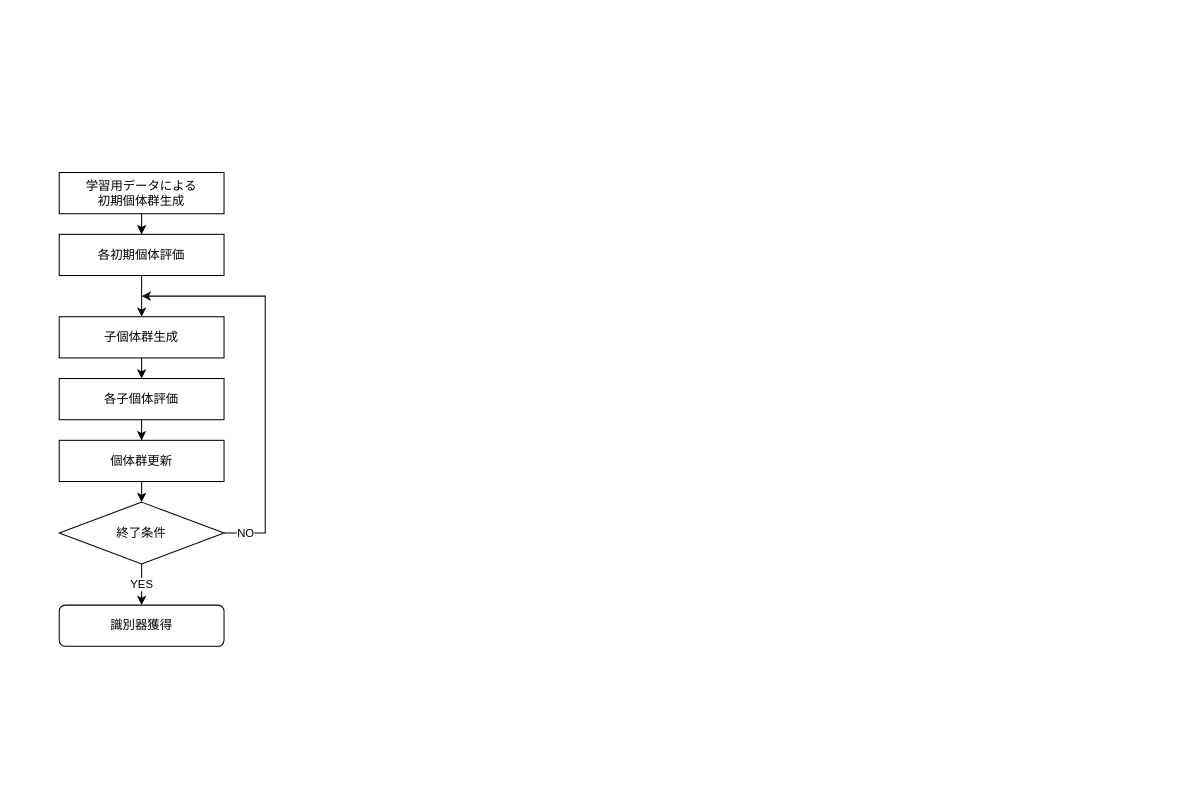
This is MoFGBML_フローチャート.drawio from hiro-tacky/MoFGBML_4th, a draw.io file, before an edit. Source tidied: cells renumbered, new cells numbered last; positions are measured from the earlier drawing's top-left corner, leaving out a move shared by most shapes. Both pictures are drawn from the tidied source at 103%, with x=0, y=0 at pixel (59, 172).
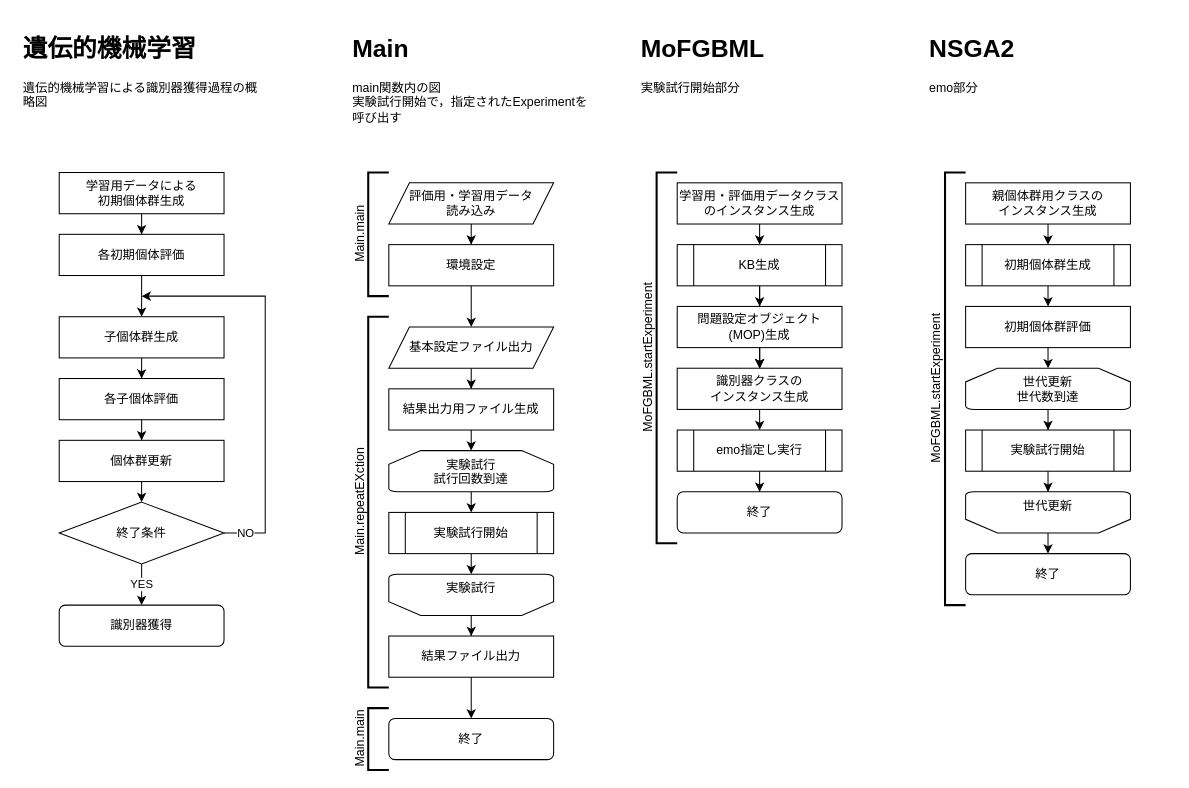
Above is the later version.

Commit message:
MoFGBML_フローチャート.drawio を更新します

The edit, as a diff of the source:
```diff
@@
+    <mxCell id="17" style="edgeStyle=orthogonalEdgeStyle;rounded=0;jettySize=auto;html=1;" parent="1" edge="1" source="18" target="20">
+      <mxGeometry relative="1" as="geometry" />
+    </mxCell>
+    <mxCell id="18" value="評価用・学習用データ&lt;br&gt;読み込み" style="shape=parallelogram;perimeter=parallelogramPerimeter;whiteSpace=wrap;html=1;fixedSize=1;fontFamily=Helvetica;fontSize=12;fontColor=#000000;align=center;strokeColor=#000000;fillColor=#ffffff;" parent="1" vertex="1">
+      <mxGeometry x="320" y="10" width="160" height="40" as="geometry" />
+    </mxCell>
+    <mxCell id="19" style="edgeStyle=orthogonalEdgeStyle;rounded=0;jettySize=auto;html=1;fontSize=12;" parent="1" edge="1" source="20" target="23">
+      <mxGeometry relative="1" as="geometry" />
+    </mxCell>
+    <mxCell id="20" value="環境設定" style="rounded=0;whiteSpace=wrap;html=1;" parent="1" vertex="1">
+      <mxGeometry x="320" y="70" width="160" height="40" as="geometry" />
+    </mxCell>
+    <mxCell id="21" value="Main.main" style="strokeWidth=2;html=1;shape=mxgraph.flowchart.annotation_1;align=center;spacing=-20;verticalAlign=top;horizontal=0;fontSize=12;spacingTop=0;" parent="1" vertex="1">
+      <mxGeometry x="300" width="20" height="120" as="geometry" />
+    </mxCell>
+    <mxCell id="22" style="edgeStyle=orthogonalEdgeStyle;rounded=0;jettySize=auto;html=1;fontSize=12;" parent="1" edge="1" source="23" target="25">
+      <mxGeometry relative="1" as="geometry" />
+    </mxCell>
+    <mxCell id="23" value="基本設定ファイル出力" style="shape=parallelogram;perimeter=parallelogramPerimeter;whiteSpace=wrap;html=1;fixedSize=1;fontFamily=Helvetica;fontSize=12;fontColor=#000000;align=center;strokeColor=#000000;fillColor=#ffffff;" parent="1" vertex="1">
+      <mxGeometry x="320" y="150" width="160" height="40" as="geometry" />
+    </mxCell>
+    <mxCell id="24" style="edgeStyle=orthogonalEdgeStyle;rounded=0;jettySize=auto;html=1;exitX=0.5;exitY=1;exitDx=0;exitDy=0;entryX=0.5;entryY=0;entryDx=0;entryDy=0;entryPerimeter=0;fontSize=12;" parent="1" edge="1" source="25" target="30">
+      <mxGeometry relative="1" as="geometry" />
+    </mxCell>
+    <mxCell id="25" value="結果出力用ファイル生成" style="rounded=0;whiteSpace=wrap;html=1;fontFamily=Helvetica;fontSize=12;fontColor=#000000;align=center;strokeColor=#000000;fillColor=#ffffff;" parent="1" vertex="1">
+      <mxGeometry x="320" y="210" width="160" height="40" as="geometry" />
+    </mxCell>
+    <mxCell id="26" style="edgeStyle=orthogonalEdgeStyle;rounded=0;jettySize=auto;html=1;exitX=0.5;exitY=1;exitDx=0;exitDy=0;entryX=0.5;entryY=1;entryDx=0;entryDy=0;entryPerimeter=0;fontSize=12;" parent="1" edge="1" source="27" target="32">
+      <mxGeometry relative="1" as="geometry" />
+    </mxCell>
+    <mxCell id="27" value="実験試行開始" style="shape=process;whiteSpace=wrap;html=1;backgroundOutline=1;fontFamily=Helvetica;fontSize=12;fontColor=#000000;align=center;strokeColor=#000000;fillColor=#ffffff;" parent="1" vertex="1">
+      <mxGeometry x="320" y="330" width="160" height="40" as="geometry" />
+    </mxCell>
+    <mxCell id="28" value="Main.repeatEXction" style="strokeWidth=2;html=1;shape=mxgraph.flowchart.annotation_1;align=center;spacing=-20;verticalAlign=top;horizontal=0;fontSize=12;spacingTop=0;" parent="1" vertex="1">
+      <mxGeometry x="300" y="140" width="20" height="360" as="geometry" />
+    </mxCell>
+    <mxCell id="29" style="edgeStyle=orthogonalEdgeStyle;rounded=0;jettySize=auto;html=1;exitX=0.5;exitY=1;exitDx=0;exitDy=0;exitPerimeter=0;entryX=0.5;entryY=0;entryDx=0;entryDy=0;fontSize=12;" parent="1" edge="1" source="30" target="27">
+      <mxGeometry relative="1" as="geometry" />
+    </mxCell>
+    <mxCell id="30" value="実験試行&lt;br&gt;試行回数到達" style="strokeWidth=1;html=1;shape=mxgraph.flowchart.loop_limit;whiteSpace=wrap;fontSize=12;align=center;verticalAlign=top;" parent="1" vertex="1">
+      <mxGeometry x="320" y="270" width="160" height="40" as="geometry" />
+    </mxCell>
+    <mxCell id="31" style="edgeStyle=orthogonalEdgeStyle;rounded=0;jettySize=auto;html=1;fontSize=12;" parent="1" edge="1" source="32" target="34">
+      <mxGeometry relative="1" as="geometry" />
+    </mxCell>
+    <mxCell id="32" value="実験試行" style="strokeWidth=1;html=1;shape=mxgraph.flowchart.loop_limit;whiteSpace=wrap;fontSize=12;align=center;verticalAlign=top;direction=west;" parent="1" vertex="1">
+      <mxGeometry x="320" y="390" width="160" height="40" as="geometry" />
+    </mxCell>
+    <mxCell id="33" style="edgeStyle=orthogonalEdgeStyle;rounded=0;jettySize=auto;html=1;entryX=0.5;entryY=0;entryDx=0;entryDy=0;fontSize=12;" parent="1" edge="1" source="34" target="35">
+      <mxGeometry relative="1" as="geometry" />
+    </mxCell>
+    <mxCell id="34" value="結果ファイル出力" style="rounded=0;whiteSpace=wrap;html=1;fontFamily=Helvetica;fontSize=12;fontColor=#000000;align=center;strokeColor=#000000;strokeWidth=1;fillColor=#ffffff;" parent="1" vertex="1">
+      <mxGeometry x="320" y="450" width="160" height="40" as="geometry" />
+    </mxCell>
+    <mxCell id="35" value="終了" style="rounded=1;whiteSpace=wrap;html=1;strokeWidth=1;verticalAlign=middle;" parent="1" vertex="1">
+      <mxGeometry x="320" y="530" width="160" height="40" as="geometry" />
+    </mxCell>
+    <mxCell id="36" value="Main.main" style="strokeWidth=2;html=1;shape=mxgraph.flowchart.annotation_1;align=center;spacing=-20;verticalAlign=top;horizontal=0;fontSize=12;spacingTop=0;" parent="1" vertex="1">
+      <mxGeometry x="300" y="520" width="20" height="60" as="geometry" />
+    </mxCell>
+    <mxCell id="37" value="&lt;h1&gt;Main&lt;/h1&gt;&lt;div&gt;main関数内の図&lt;/div&gt;&lt;div&gt;実験試行開始で，指定されたExperimentを呼び出す&lt;/div&gt;" style="text;html=1;strokeColor=none;fillColor=none;spacing=5;spacingTop=-20;whiteSpace=wrap;overflow=hidden;rounded=0;verticalAlign=top;" parent="1" vertex="1">
+      <mxGeometry x="280" y="-140" width="240" height="120" as="geometry" />
+    </mxCell>
+    <mxCell id="38" value="&lt;h1&gt;遺伝的機械学習&lt;/h1&gt;&lt;div&gt;遺伝的機械学習による識別器獲得過程の概略図&lt;/div&gt;" style="text;html=1;strokeColor=none;fillColor=none;spacing=5;spacingTop=-20;whiteSpace=wrap;overflow=hidden;rounded=0;verticalAlign=top;" parent="1" vertex="1">
+      <mxGeometry x="-40" y="-140" width="240" height="120" as="geometry" />
+    </mxCell>
+    <mxCell id="39" value="&lt;h1&gt;MoFGBML&lt;/h1&gt;&lt;div&gt;実験試行開始部分&lt;/div&gt;" style="text;html=1;strokeColor=none;fillColor=none;spacing=5;spacingTop=-20;whiteSpace=wrap;overflow=hidden;rounded=0;verticalAlign=top;" parent="1" vertex="1">
+      <mxGeometry x="560" y="-140" width="240" height="120" as="geometry" />
+    </mxCell>
+    <mxCell id="40" style="edgeStyle=orthogonalEdgeStyle;rounded=0;jettySize=auto;html=1;exitX=0.5;exitY=1;exitDx=0;exitDy=0;entryX=0.5;entryY=0;entryDx=0;entryDy=0;fontSize=12;" parent="1" edge="1" source="41" target="44">
+      <mxGeometry relative="1" as="geometry" />
+    </mxCell>
+    <mxCell id="41" value="学習用・評価用データクラス&lt;br&gt;のインスタンス生成" style="rounded=0;whiteSpace=wrap;html=1;fontFamily=Helvetica;fontSize=12;fontColor=#000000;align=center;strokeColor=#000000;fillColor=#ffffff;" parent="1" vertex="1">
+      <mxGeometry x="600" y="10" width="160" height="40" as="geometry" />
+    </mxCell>
+    <mxCell id="42" style="edgeStyle=orthogonalEdgeStyle;rounded=0;jettySize=auto;html=1;exitX=0.5;exitY=1;exitDx=0;exitDy=0;entryX=0.5;entryY=0;entryDx=0;entryDy=0;fontSize=12;" parent="1" edge="1" source="44" target="47">
+      <mxGeometry relative="1" as="geometry" />
+    </mxCell>
+    <mxCell id="43" style="edgeStyle=orthogonalEdgeStyle;rounded=0;jettySize=auto;html=1;fontSize=12;" parent="1" edge="1" source="44">
+      <mxGeometry relative="1" as="geometry">
+        <mxPoint x="680" y="190" as="targetPoint" />
+      </mxGeometry>
+    </mxCell>
+    <mxCell id="44" value="KB生成" style="shape=process;whiteSpace=wrap;html=1;backgroundOutline=1;" parent="1" vertex="1">
+      <mxGeometry x="600" y="70" width="160" height="40" as="geometry" />
+    </mxCell>
+    <mxCell id="45" style="edgeStyle=orthogonalEdgeStyle;rounded=0;jettySize=auto;html=1;fontSize=12;" parent="1" edge="1" source="47">
+      <mxGeometry relative="1" as="geometry">
+        <mxPoint x="680" y="190" as="targetPoint" />
+      </mxGeometry>
+    </mxCell>
+    <mxCell id="46" style="edgeStyle=orthogonalEdgeStyle;rounded=0;jettySize=auto;html=1;entryX=0.5;entryY=0;entryDx=0;entryDy=0;fontSize=12;" parent="1" edge="1" source="47" target="49">
+      <mxGeometry relative="1" as="geometry" />
+    </mxCell>
+    <mxCell id="47" value="問題設定オブジェクト&lt;br&gt;(MOP)生成" style="rounded=0;whiteSpace=wrap;html=1;" parent="1" vertex="1">
+      <mxGeometry x="600" y="130" width="160" height="40" as="geometry" />
+    </mxCell>
+    <mxCell id="48" style="edgeStyle=orthogonalEdgeStyle;rounded=0;jettySize=auto;html=1;exitX=0.5;exitY=1;exitDx=0;exitDy=0;entryX=0.5;entryY=0;entryDx=0;entryDy=0;fontSize=12;" parent="1" edge="1" source="49" target="51">
+      <mxGeometry relative="1" as="geometry" />
+    </mxCell>
+    <mxCell id="49" value="識別器クラスの&lt;br&gt;インスタンス生成" style="rounded=0;whiteSpace=wrap;html=1;" parent="1" vertex="1">
+      <mxGeometry x="600" y="190" width="160" height="40" as="geometry" />
+    </mxCell>
+    <mxCell id="50" style="edgeStyle=orthogonalEdgeStyle;rounded=0;jettySize=auto;html=1;exitX=0.5;exitY=1;exitDx=0;exitDy=0;fontSize=12;" parent="1" edge="1" source="51" target="52">
+      <mxGeometry relative="1" as="geometry" />
+    </mxCell>
+    <mxCell id="51" value="emo指定し実行" style="shape=process;whiteSpace=wrap;html=1;backgroundOutline=1;rounded=0;fillColor=none;gradientColor=none;align=center;verticalAlign=middle;" parent="1" vertex="1">
+      <mxGeometry x="600" y="250" width="160" height="40" as="geometry" />
+    </mxCell>
+    <mxCell id="52" value="終了" style="rounded=1;whiteSpace=wrap;html=1;strokeWidth=1;verticalAlign=middle;" parent="1" vertex="1">
+      <mxGeometry x="600" y="310" width="160" height="40" as="geometry" />
+    </mxCell>
+    <mxCell id="53" value="MoFGBML.startExperiment" style="strokeWidth=2;html=1;shape=mxgraph.flowchart.annotation_1;align=center;spacing=-20;verticalAlign=top;horizontal=0;fontSize=12;spacingTop=0;" parent="1" vertex="1">
+      <mxGeometry x="580" width="20" height="360" as="geometry" />
+    </mxCell>
+    <mxCell id="54" value="&lt;h1&gt;NSGA2&lt;/h1&gt;&lt;div&gt;emo部分&lt;/div&gt;" style="text;html=1;strokeColor=none;fillColor=none;spacing=5;spacingTop=-20;whiteSpace=wrap;overflow=hidden;rounded=0;verticalAlign=top;" parent="1" vertex="1">
+      <mxGeometry x="840" y="-140" width="240" height="120" as="geometry" />
+    </mxCell>
+    <mxCell id="55" style="edgeStyle=orthogonalEdgeStyle;rounded=0;jettySize=auto;html=1;exitX=0.5;exitY=1;exitDx=0;exitDy=0;entryX=0.5;entryY=0;entryDx=0;entryDy=0;fontSize=12;" parent="1" edge="1" source="56" target="58">
+      <mxGeometry relative="1" as="geometry" />
+    </mxCell>
+    <mxCell id="56" value="親個体群用クラスの&lt;br&gt;インスタンス生成" style="rounded=0;whiteSpace=wrap;html=1;fontFamily=Helvetica;fontSize=12;fontColor=#000000;align=center;strokeColor=#000000;fillColor=#ffffff;" parent="1" vertex="1">
+      <mxGeometry x="880" y="10" width="160" height="40" as="geometry" />
+    </mxCell>
+    <mxCell id="57" style="edgeStyle=orthogonalEdgeStyle;rounded=0;jettySize=auto;html=1;exitX=0.5;exitY=1;exitDx=0;exitDy=0;entryX=0.5;entryY=0;entryDx=0;entryDy=0;fontSize=12;" parent="1" edge="1" source="58" target="60">
+      <mxGeometry relative="1" as="geometry" />
+    </mxCell>
+    <mxCell id="58" value="初期個体群生成" style="shape=process;whiteSpace=wrap;html=1;backgroundOutline=1;" parent="1" vertex="1">
+      <mxGeometry x="880" y="70" width="160" height="40" as="geometry" />
+    </mxCell>
+    <mxCell id="59" style="edgeStyle=orthogonalEdgeStyle;rounded=0;jettySize=auto;html=1;exitX=0.5;exitY=1;exitDx=0;exitDy=0;entryX=0.5;entryY=0;entryDx=0;entryDy=0;entryPerimeter=0;fontSize=12;" parent="1" edge="1" source="60" target="66">
+      <mxGeometry relative="1" as="geometry" />
+    </mxCell>
+    <mxCell id="60" value="初期個体群評価" style="rounded=0;whiteSpace=wrap;html=1;" parent="1" vertex="1">
+      <mxGeometry x="880" y="130" width="160" height="40" as="geometry" />
+    </mxCell>
+    <mxCell id="61" value="終了" style="rounded=1;whiteSpace=wrap;html=1;strokeWidth=1;verticalAlign=middle;" parent="1" vertex="1">
+      <mxGeometry x="880" y="370" width="160" height="40" as="geometry" />
+    </mxCell>
+    <mxCell id="62" value="MoFGBML.startExperiment" style="strokeWidth=2;html=1;shape=mxgraph.flowchart.annotation_1;align=center;spacing=-20;verticalAlign=top;horizontal=0;fontSize=12;spacingTop=0;" parent="1" vertex="1">
+      <mxGeometry x="860" width="20" height="420" as="geometry" />
+    </mxCell>
+    <mxCell id="63" style="edgeStyle=orthogonalEdgeStyle;rounded=0;jettySize=auto;html=1;exitX=0.5;exitY=1;exitDx=0;exitDy=0;fontSize=12;" parent="1" edge="1" source="64" target="68">
+      <mxGeometry relative="1" as="geometry" />
+    </mxCell>
+    <mxCell id="64" value="実験試行開始" style="shape=process;whiteSpace=wrap;html=1;backgroundOutline=1;fontFamily=Helvetica;fontSize=12;fontColor=#000000;align=center;strokeColor=#000000;fillColor=#ffffff;" parent="1" vertex="1">
+      <mxGeometry x="880" y="250" width="160" height="40" as="geometry" />
+    </mxCell>
+    <mxCell id="65" style="edgeStyle=orthogonalEdgeStyle;rounded=0;jettySize=auto;html=1;entryX=0.5;entryY=0;entryDx=0;entryDy=0;fontSize=12;" parent="1" edge="1" source="66" target="64">
+      <mxGeometry relative="1" as="geometry" />
+    </mxCell>
+    <mxCell id="66" value="世代更新&lt;br&gt;世代数到達" style="strokeWidth=1;html=1;shape=mxgraph.flowchart.loop_limit;whiteSpace=wrap;fontSize=12;align=center;verticalAlign=top;" parent="1" vertex="1">
+      <mxGeometry x="880" y="190" width="160" height="40" as="geometry" />
+    </mxCell>
+    <mxCell id="67" style="edgeStyle=orthogonalEdgeStyle;rounded=0;jettySize=auto;html=1;exitX=0.5;exitY=0;exitDx=0;exitDy=0;exitPerimeter=0;entryX=0.5;entryY=0;entryDx=0;entryDy=0;fontSize=12;" parent="1" edge="1" source="68" target="61">
+      <mxGeometry relative="1" as="geometry" />
+    </mxCell>
+    <mxCell id="68" value="世代更新" style="strokeWidth=1;html=1;shape=mxgraph.flowchart.loop_limit;whiteSpace=wrap;fontSize=12;align=center;verticalAlign=top;direction=west;" parent="1" vertex="1">
+      <mxGeometry x="880" y="310" width="160" height="40" as="geometry" />
+    </mxCell>
```
